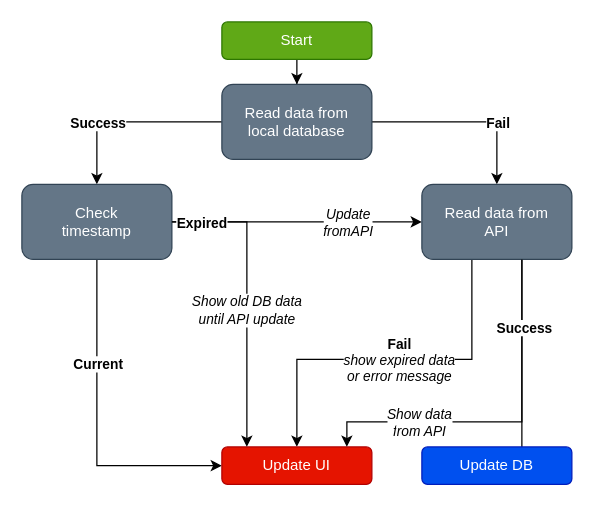
This is offline_first.drawio from petr-vostinak/nba, a draw.io file, before an edit. Source tidied: cells renumbered, new cells numbered last; positions are measured from the earlier drawing's top-left corner, leaving out a move shared by most shapes. Both pictures are drawn from the tidied source at 125%, with x=0, y=0 at pixel (21, 21).
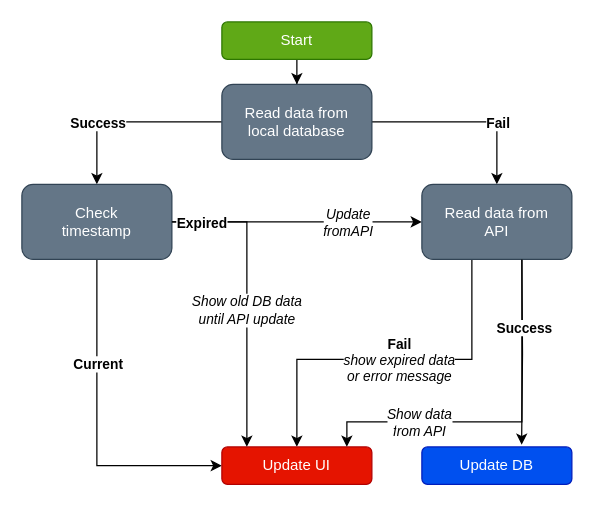
The same diagram, later.

Commit message (it also covers changes not shown here):
diagram's arrow fix

The change refers to these unchanged cells:
```xml
<mxCell id="19" value="Update DB" style="rounded=1;whiteSpace=wrap;html=1;fillColor=#0050ef;fontColor=#ffffff;strokeColor=#001DBC;" parent="1" vertex="1">
  <mxGeometry x="320" y="340" width="120" height="30" as="geometry" />
</mxCell>
```

Change to the diagram source:
```diff
@@
-    <mxCell id="14" style="edgeStyle=orthogonalEdgeStyle;rounded=0;orthogonalLoop=1;jettySize=auto;html=1;" parent="1" edge="1">
+    <mxCell id="14" style="edgeStyle=orthogonalEdgeStyle;rounded=0;jettySize=auto;html=1;entryX=0.665;entryY=-0.057;entryDx=0;entryDy=0;entryPerimeter=0;" parent="1" edge="1" target="19">
       <mxGeometry relative="1" as="geometry">
         <mxPoint x="400" y="190" as="sourcePoint" />
-        <mxPoint x="400" y="369" as="targetPoint" />
       </mxGeometry>
     </mxCell>
```
